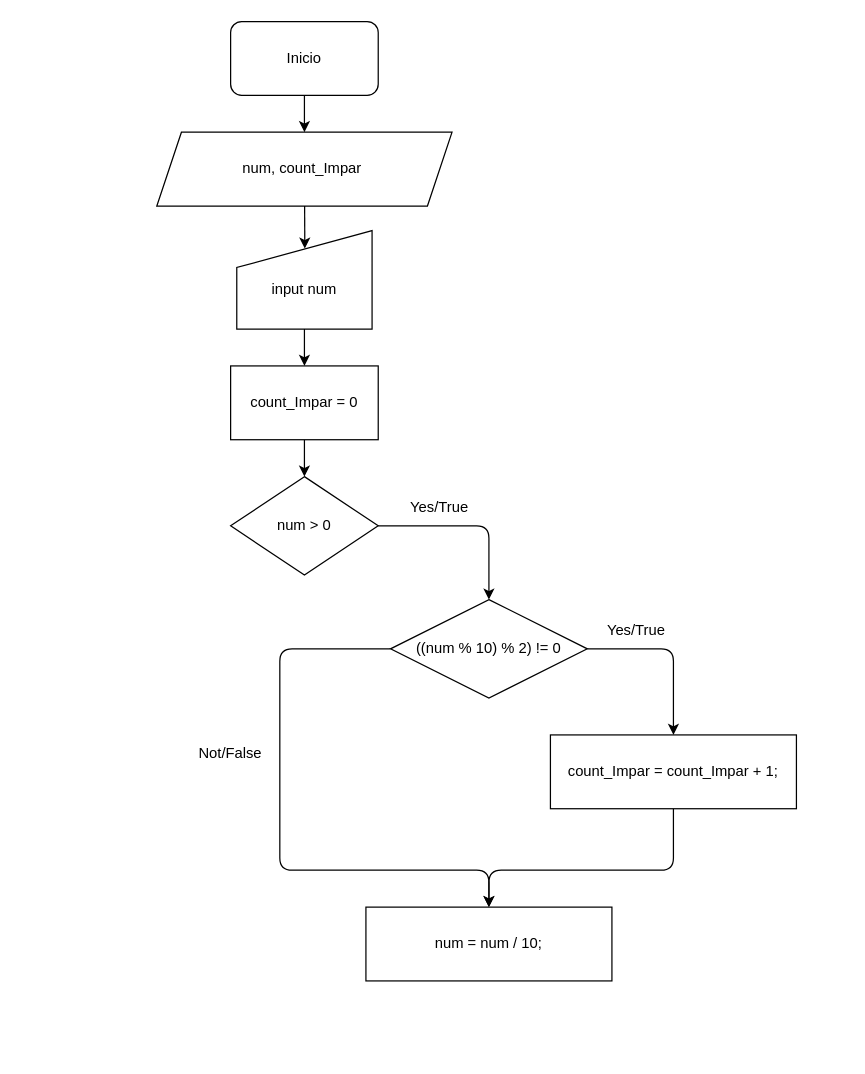
Before: CantidadDeDigitosImparesNum.drawio in AnthonyLozadaAlexander/DiagramaDeFlujos, a draw.io diagram. Source tidied: cells renumbered, new cells numbered last; positions are measured from the earlier drawing's top-left corner, leaving out a move shared by most shapes. Both pictures are drawn from the tidied source at 123%, with x=0, y=0 at pixel (156, 21).
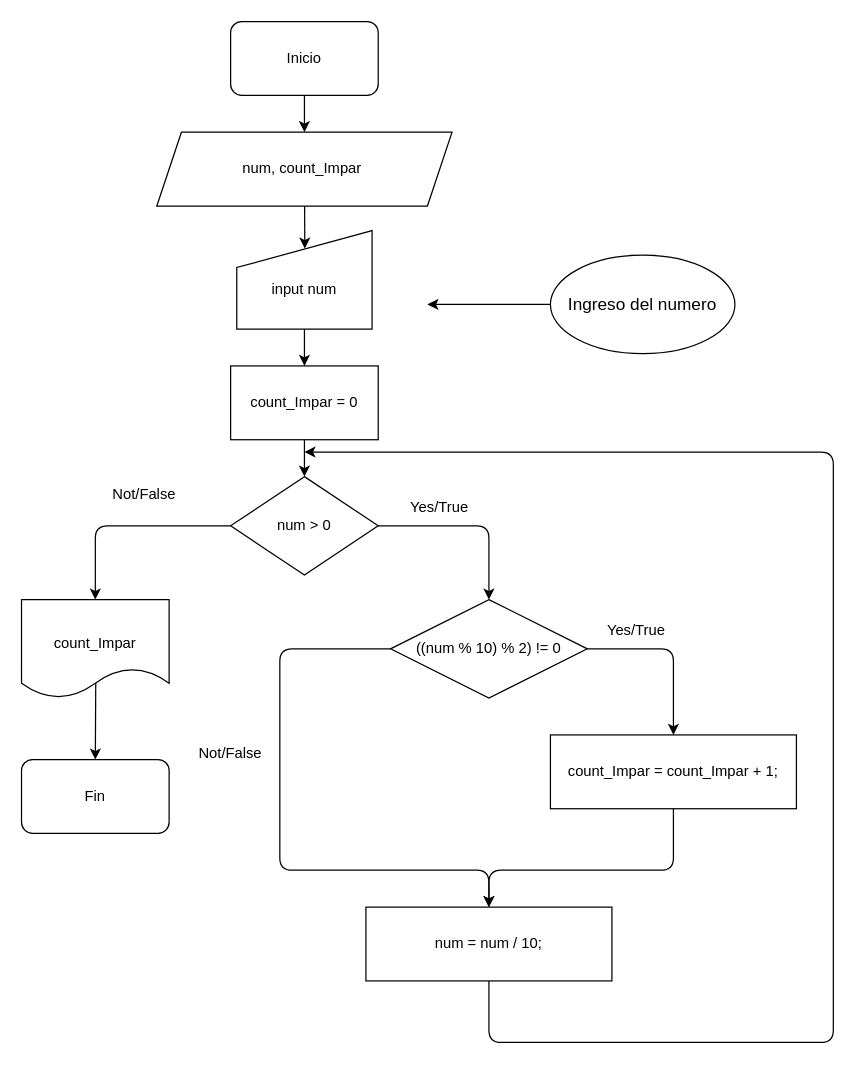
The same diagram, later.

Commit message:
Agregar lógica y actualizar el diagrama de flujo para contar dígitos impares en CantidadDeDigitosImparesNum.drawio

The change refers to these unchanged cells:
```xml
<mxCell id="11" value="num &amp;gt; 0" style="rhombus;whiteSpace=wrap;html=1;" parent="1" vertex="1">
  <mxGeometry x="60" y="370" width="120" height="80" as="geometry" />
</mxCell>
<mxCell id="19" value="num = num / 10;" style="rounded=0;whiteSpace=wrap;html=1;" parent="1" vertex="1">
  <mxGeometry x="170" y="720" width="200" height="60" as="geometry" />
</mxCell>
```

Change to the diagram source:
```diff
@@
+    <mxCell id="21" style="edgeStyle=none;html=1;entryX=0.5;entryY=0;entryDx=0;entryDy=0;" parent="1" edge="1" source="11" target="24">
+      <mxGeometry relative="1" as="geometry">
+        <Array as="points">
+          <mxPoint x="-50" y="410" />
+        </Array>
+      </mxGeometry>
+    </mxCell>
@@
+    <mxCell id="22" style="edgeStyle=none;html=1;exitX=0.5;exitY=1;exitDx=0;exitDy=0;" parent="1" edge="1" source="19">
+      <mxGeometry relative="1" as="geometry">
+        <mxPoint x="120" y="350" as="targetPoint" />
+        <Array as="points">
+          <mxPoint x="270" y="830" />
+          <mxPoint x="550" y="830" />
+          <mxPoint x="550" y="350" />
+        </Array>
+      </mxGeometry>
+    </mxCell>
@@
+    <mxCell id="23" style="edgeStyle=none;html=1;entryX=0.5;entryY=0;entryDx=0;entryDy=0;exitX=0.503;exitY=0.816;exitDx=0;exitDy=0;exitPerimeter=0;" parent="1" edge="1" source="24" target="25">
+      <mxGeometry relative="1" as="geometry" />
+    </mxCell>
+    <mxCell id="24" value="&lt;div&gt;&lt;br&gt;&lt;/div&gt;count_Impar" style="shape=document;whiteSpace=wrap;html=1;boundedLbl=1;" parent="1" vertex="1">
+      <mxGeometry x="-110" y="470" width="120" height="80" as="geometry" />
+    </mxCell>
+    <mxCell id="25" value="Fin" style="rounded=1;whiteSpace=wrap;html=1;" parent="1" vertex="1">
+      <mxGeometry x="-110" y="600" width="120" height="60" as="geometry" />
+    </mxCell>
+    <mxCell id="26" style="endArrow=classic;html=1;" parent="1" edge="1">
+      <mxGeometry relative="1" as="geometry">
+        <mxPoint x="320" y="230" as="sourcePoint" />
+        <mxPoint x="220" y="230" as="targetPoint" />
+      </mxGeometry>
+    </mxCell>
+    <mxCell id="27" value="&lt;span style=&quot;color: rgb(0, 0, 0); font-size: 14px; text-wrap-mode: nowrap;&quot;&gt;Ingreso del numero&lt;/span&gt;" style="ellipse;whiteSpace=wrap;html=1;" parent="1" vertex="1">
+      <mxGeometry x="320" y="190" width="150" height="80" as="geometry" />
+    </mxCell>
+    <mxCell id="28" value="Not/False" style="text;html=1;align=center;verticalAlign=middle;whiteSpace=wrap;rounded=0;" parent="1" vertex="1">
+      <mxGeometry x="-40" y="370" width="60" height="30" as="geometry" />
+    </mxCell>
```
